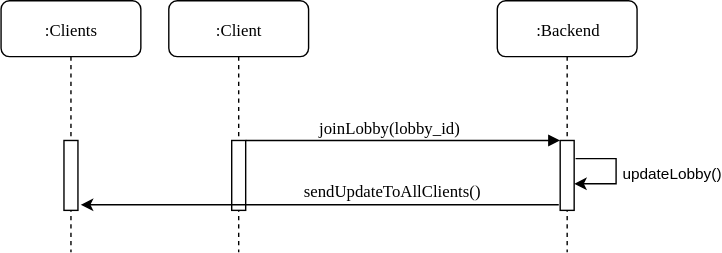
The draw.io diagram docs/img/sequence_diagram/join_lobby.svg in cardholder/docs, before a commit. Source tidied: cells renumbered, new cells last; positions are measured from the earlier drawing's top-left corner, leaving out a move shared by most shapes.
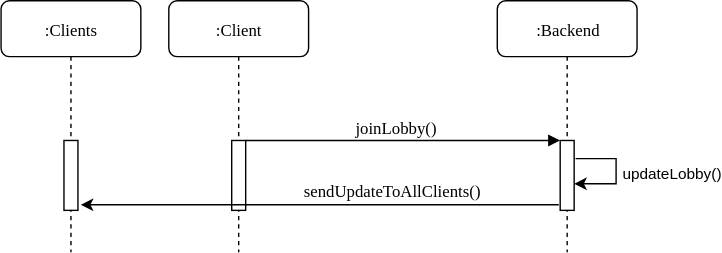
The same diagram one commit later.

Change to the diagram source:
```diff
@@ -23,7 +23,7 @@
     <mxCell id="6" style="html=1;points=[];perimeter=orthogonalPerimeter;rounded=0;shadow=0;comic=0;labelBackgroundColor=none;strokeColor=#000000;strokeWidth=1;fillColor=#FFFFFF;fontFamily=Verdana;fontSize=12;fontColor=#000000;align=center;" parent="5" vertex="1">
       <mxGeometry x="45" y="100" width="10" height="50" as="geometry" />
     </mxCell>
-    <mxCell id="7" value="joinLobby(lobby_id)" style="html=1;verticalAlign=bottom;endArrow=block;entryX=0;entryY=0;labelBackgroundColor=none;fontFamily=Verdana;fontSize=12;edgeStyle=elbowEdgeStyle;elbow=vertical;" parent="1" edge="1" source="6" target="3">
+    <mxCell id="7" value="joinLobby()" style="html=1;verticalAlign=bottom;endArrow=block;entryX=0;entryY=0;labelBackgroundColor=none;fontFamily=Verdana;fontSize=12;edgeStyle=elbowEdgeStyle;elbow=vertical;" parent="1" edge="1" source="6" target="3">
       <mxGeometry relative="1" as="geometry" />
     </mxCell>
     <mxCell id="8" value=":Clients" style="shape=umlLifeline;perimeter=lifelinePerimeter;whiteSpace=wrap;html=1;rounded=1;shadow=0;comic=0;labelBackgroundColor=none;strokeColor=#000000;strokeWidth=1;fillColor=#FFFFFF;fontFamily=Verdana;fontSize=12;fontColor=#000000;align=center;" parent="1" vertex="1">
```
